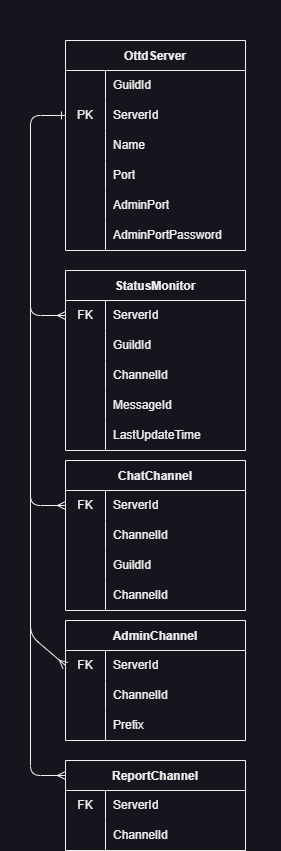
The draw.io diagram docs/database.drawio.png in shoter/OpenttdDiscord, before a commit. Source tidied: cells renumbered, new cells last; positions are measured from the earlier drawing's top-left corner, leaving out a move shared by most shapes.
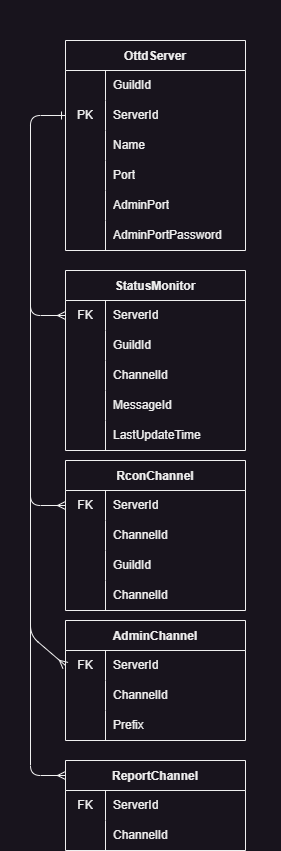
The same file after the commit.

Diff of the diagram source:
```diff
@@ -118,7 +118,7 @@
         </Array>
       </mxGeometry>
     </mxCell>
-    <mxCell id="39" value="ChatChannel" style="shape=table;startSize=30;rowLines=0;fontStyle=1;fontColor=#F0F0F0;strokeColor=#F0F0F0;fillColor=#18141D;" parent="1" vertex="1">
+    <mxCell id="39" value="RconChannel" style="shape=table;startSize=30;rowLines=0;fontStyle=1;fontColor=#F0F0F0;strokeColor=#F0F0F0;fillColor=#18141D;" parent="1" vertex="1">
       <mxGeometry x="65" y="460" width="180" height="150" as="geometry" />
     </mxCell>
     <mxCell id="40" style="shape=tableRow;horizontal=0;startSize=0;swimlaneHead=0;swimlaneBody=0;top=0;left=0;bottom=0;right=0;fillColor=none;points=[[0,0.5],[1,0.5]];portConstraint=eastwest;fontColor=#F0F0F0;strokeColor=#F0F0F0;" parent="39" vertex="1">
```
